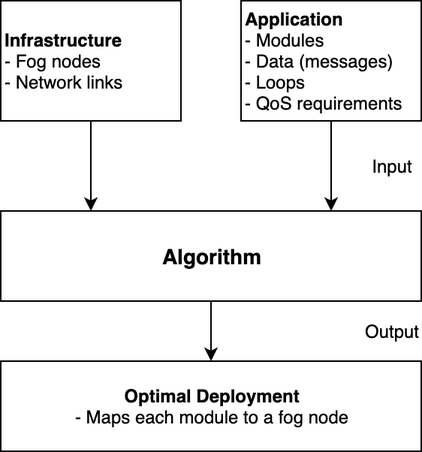
Above: documents/figures/algorithm-architecture.png in slienau/bachelor-thesis (draw.io), before the change. Source tidied: cells renumbered, new cells last; positions are measured from the earlier drawing's top-left corner, leaving out a move shared by most shapes.
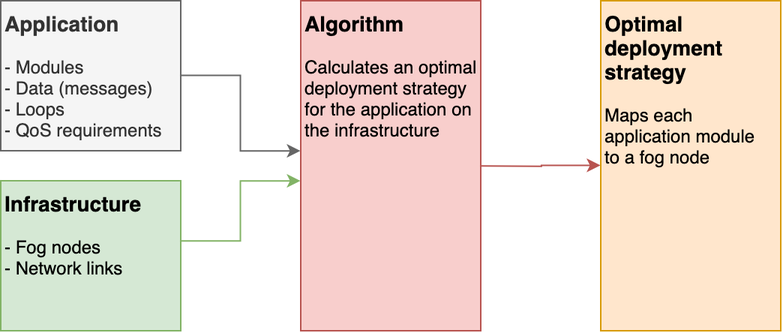
The same diagram one commit later.

Diff of the diagram source:
```diff
@@ -2,32 +2,40 @@
   <root>
     <mxCell id="0" />
     <mxCell id="1" parent="0" />
-    <mxCell id="2" style="edgeStyle=orthogonalEdgeStyle;rounded=0;jettySize=auto;html=1;exitX=0.5;exitY=1;exitDx=0;exitDy=0;entryX=0.214;entryY=-0.002;entryDx=0;entryDy=0;entryPerimeter=0;strokeColor=#000000;fillColor=#FFFFFF;fontColor=#000000;" parent="1" edge="1" source="3" target="7">
-      <mxGeometry relative="1" as="geometry" />
-    </mxCell>
+    <mxCell id="11" style="edgeStyle=orthogonalEdgeStyle;rounded=0;jettySize=auto;html=1;fillColor=#d5e8d4;strokeColor=#82b366;" parent="1" edge="1" source="3">
+      <mxGeometry relative="1" as="geometry">
+        <mxPoint x="100" y="140.1" as="targetPoint" />
+        <Array as="points">
+          <mxPoint x="60" y="180" />
+          <mxPoint x="60" y="140" />
+        </Array>
+      </mxGeometry>
+    </mxCell>
-    <mxCell id="3" value="&lt;b&gt;Infrastructure&lt;/b&gt;&lt;br&gt;- Fog nodes&lt;br&gt;- Network links" style="rounded=0;whiteSpace=wrap;html=1;align=left;" parent="1" vertex="1">
-      <mxGeometry width="120" height="80" as="geometry" />
+    <mxCell id="3" value="&lt;b&gt;&lt;font style=&quot;font-size: 14px&quot;&gt;Infrastructure&lt;br&gt;&lt;/font&gt;&lt;/b&gt;&lt;br style=&quot;font-size: 4px&quot;&gt;- Fog nodes&lt;br&gt;- Network links" style="rounded=0;whiteSpace=wrap;html=1;align=left;verticalAlign=top;fillColor=#d5e8d4;strokeColor=#82b366;strokeWidth=1;" parent="1" vertex="1">
+      <mxGeometry x="-100" y="140" width="120" height="100" as="geometry" />
     </mxCell>
-    <mxCell id="4" style="edgeStyle=orthogonalEdgeStyle;rounded=0;jettySize=auto;html=1;exitX=0.5;exitY=1;exitDx=0;exitDy=0;entryX=0.785;entryY=-0.004;entryDx=0;entryDy=0;entryPerimeter=0;strokeColor=#000000;fillColor=#FFFFFF;fontColor=#000000;" parent="1" edge="1" source="5" target="7">
-      <mxGeometry relative="1" as="geometry" />
-    </mxCell>
+    <mxCell id="12" style="edgeStyle=orthogonalEdgeStyle;rounded=0;jettySize=auto;html=1;fillColor=#f5f5f5;strokeColor=#666666;" parent="1" edge="1" source="5">
+      <mxGeometry relative="1" as="geometry">
+        <mxPoint x="100" y="120.1" as="targetPoint" />
+        <Array as="points">
+          <mxPoint x="60" y="70" />
+          <mxPoint x="60" y="120" />
+        </Array>
+      </mxGeometry>
+    </mxCell>
-    <mxCell id="5" value="&lt;b&gt;Application&lt;/b&gt;&lt;br&gt;- Modules&lt;br&gt;- Data (messages)&lt;br&gt;- Loops&lt;br&gt;- QoS requirements" style="rounded=0;whiteSpace=wrap;html=1;align=left;" parent="1" vertex="1">
-      <mxGeometry x="160" width="120" height="80" as="geometry" />
+    <mxCell id="5" value="&lt;b&gt;&lt;font style=&quot;font-size: 14px&quot;&gt;Application&lt;/font&gt;&lt;/b&gt;&lt;br&gt;&lt;br&gt;- Modules&lt;br&gt;- Data (messages)&lt;br&gt;- Loops&lt;br&gt;- QoS requirements" style="rounded=0;whiteSpace=wrap;html=1;align=left;verticalAlign=top;fillColor=#f5f5f5;strokeColor=#666666;strokeWidth=1;fontColor=#333333;" parent="1" vertex="1">
+      <mxGeometry x="-100" y="20" width="120" height="100" as="geometry" />
     </mxCell>
-    <mxCell id="6" style="edgeStyle=orthogonalEdgeStyle;rounded=0;jettySize=auto;html=1;exitX=0.5;exitY=1;exitDx=0;exitDy=0;entryX=0.5;entryY=0;entryDx=0;entryDy=0;" parent="1" edge="1" source="7" target="8">
-      <mxGeometry relative="1" as="geometry" />
-    </mxCell>
-    <mxCell id="7" value="&lt;b&gt;&lt;font style=&quot;font-size: 14px&quot;&gt;Algorithm&lt;/font&gt;&lt;/b&gt;" style="rounded=0;whiteSpace=wrap;html=1;" parent="1" vertex="1">
-      <mxGeometry y="140" width="280" height="60" as="geometry" />
-    </mxCell>
+    <mxCell id="13" style="edgeStyle=orthogonalEdgeStyle;rounded=0;jettySize=auto;html=1;exitX=1;exitY=0.5;exitDx=0;exitDy=0;entryX=0;entryY=0.5;entryDx=0;entryDy=0;fillColor=#f8cecc;strokeColor=#b85450;" parent="1" edge="1" target="8">
+      <mxGeometry relative="1" as="geometry">
+        <mxPoint x="220.1" y="130.1" as="sourcePoint" />
+      </mxGeometry>
+    </mxCell>
-    <mxCell id="8" value="&lt;b&gt;Optimal Deployment&lt;/b&gt;&lt;br&gt;- Maps each module to a fog node" style="rounded=0;whiteSpace=wrap;html=1;" parent="1" vertex="1">
-      <mxGeometry y="240" width="280" height="60" as="geometry" />
+    <mxCell id="8" value="&lt;font style=&quot;font-size: 14px&quot;&gt;&lt;b&gt;Optimal deployment&lt;br&gt;strategy&lt;/b&gt;&lt;br&gt;&lt;/font&gt;&lt;br&gt;Maps each application module to&amp;nbsp;a fog node" style="rounded=0;whiteSpace=wrap;html=1;horizontal=1;align=left;verticalAlign=top;fillColor=#ffe6cc;strokeColor=#d79b00;" parent="1" vertex="1">
+      <mxGeometry x="300" y="20" width="120" height="220" as="geometry" />
     </mxCell>
-    <mxCell id="9" value="Input" style="text;html=1;strokeColor=none;fillColor=none;align=center;verticalAlign=middle;whiteSpace=wrap;rounded=0;" parent="1" vertex="1">
-      <mxGeometry x="240" y="100" width="40" height="20" as="geometry" />
-    </mxCell>
-    <mxCell id="10" value="Output" style="text;html=1;strokeColor=none;fillColor=none;align=center;verticalAlign=middle;whiteSpace=wrap;rounded=0;" parent="1" vertex="1">
-      <mxGeometry x="240" y="210" width="40" height="20" as="geometry" />
-    </mxCell>
+    <mxCell id="14" value="&lt;font style=&quot;font-size: 14px&quot;&gt;&lt;b&gt;Algorithm&lt;/b&gt;&lt;br&gt;&lt;/font&gt;&lt;br&gt;Calculates an optimal deployment strategy for the application on the infrastructure" style="rounded=0;whiteSpace=wrap;html=1;horizontal=1;align=left;verticalAlign=top;fillColor=#f8cecc;strokeColor=#b85450;" parent="1" vertex="1">
+      <mxGeometry x="100" y="20" width="120" height="220" as="geometry" />
+    </mxCell>
   </root>
 </mxGraphModel>
```
